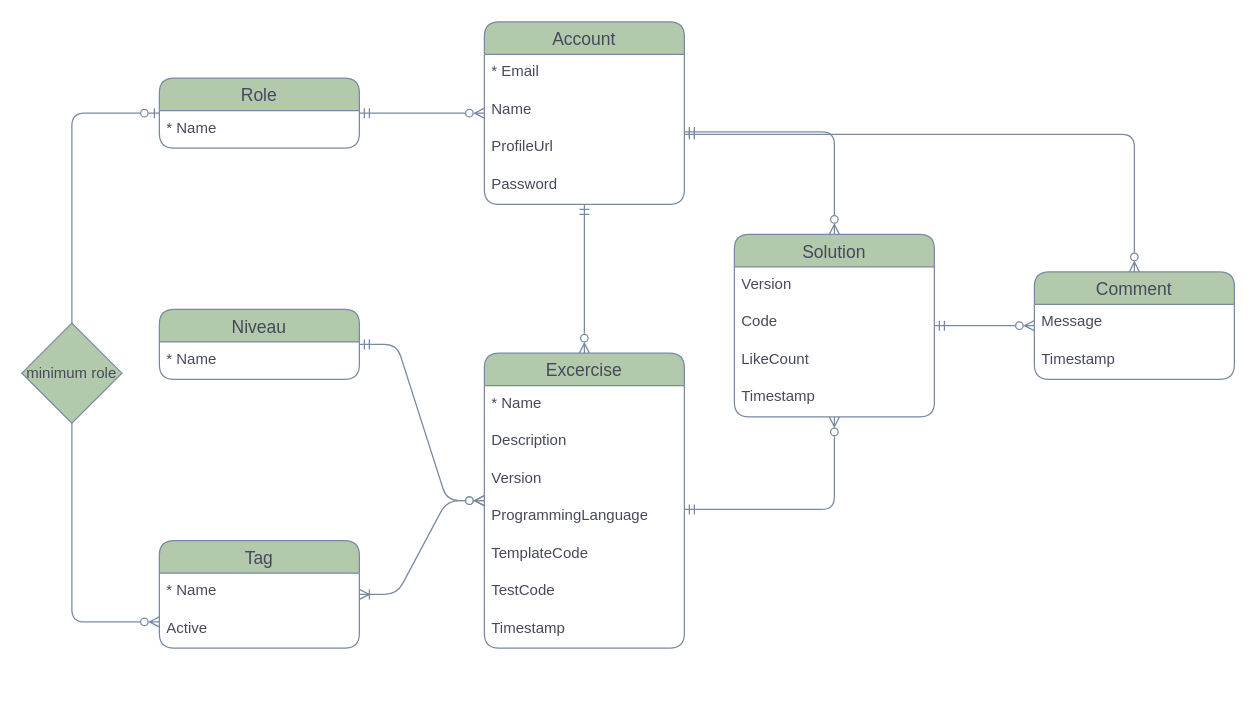
Above: page "Page-1" (1 of 2) of diagrams.drawio in Job79/avans-code (draw.io), before the change. Source tidied: cells renumbered, new cells numbered last; positions are measured from the earlier drawing's top-left corner, leaving out a move shared by most shapes. Both pictures are drawn from the tidied source at 125%, with x=0, y=0 at pixel (21, 21).
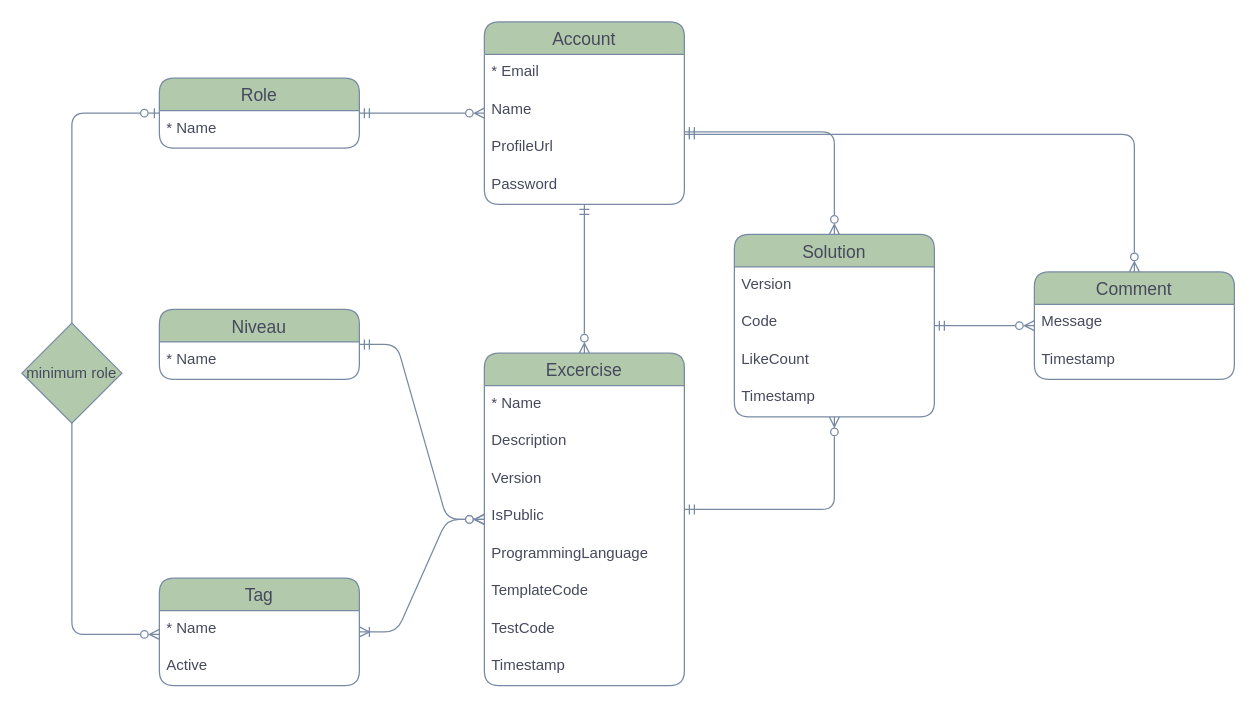
The same diagram, later.

Unchanged cells that the change refers to:
```xml
<mxCell id="36" value="Role" style="swimlane;fontStyle=0;horizontal=1;startSize=26;align=center;fontSize=14;labelBackgroundColor=none;fillColor=#B2C9AB;strokeColor=#788AA3;fontColor=#46495D;rounded=1;" parent="1" vertex="1">
  <mxGeometry x="110" y="45" width="160" height="56" as="geometry" />
</mxCell>
```

Change to the diagram source:
```diff
@@
     <mxCell id="3" value="Excercise" style="swimlane;fontStyle=0;horizontal=1;startSize=26;align=center;fontSize=14;labelBackgroundColor=none;fillColor=#B2C9AB;strokeColor=#788AA3;fontColor=#46495D;rounded=1;" parent="1" vertex="1">
-      <mxGeometry x="370" y="265" width="160" height="236" as="geometry" />
+      <mxGeometry x="370" y="265" width="160" height="266" as="geometry" />
     </mxCell>
@@
+    <mxCell id="40" value="Version" style="text;strokeColor=none;fillColor=none;spacingLeft=4;spacingRight=4;overflow=hidden;fontSize=12;whiteSpace=wrap;html=1;labelBackgroundColor=none;fontColor=#46495D;rounded=1;" parent="3" vertex="1">
+      <mxGeometry y="86" width="160" height="30" as="geometry" />
+    </mxCell>
-    <mxCell id="6" value="Version" style="text;strokeColor=none;fillColor=none;spacingLeft=4;spacingRight=4;overflow=hidden;fontSize=12;whiteSpace=wrap;html=1;labelBackgroundColor=none;fontColor=#46495D;rounded=1;" parent="3" vertex="1">
-      <mxGeometry y="86" width="160" height="30" as="geometry" />
+    <mxCell id="6" value="IsPublic" style="text;strokeColor=none;fillColor=none;spacingLeft=4;spacingRight=4;overflow=hidden;fontSize=12;whiteSpace=wrap;html=1;labelBackgroundColor=none;fontColor=#46495D;rounded=1;" parent="3" vertex="1">
+      <mxGeometry y="116" width="160" height="30" as="geometry" />
     </mxCell>
     <mxCell id="7" value="ProgrammingLanguage" style="text;strokeColor=none;fillColor=none;spacingLeft=4;spacingRight=4;overflow=hidden;fontSize=12;whiteSpace=wrap;html=1;labelBackgroundColor=none;fontColor=#46495D;rounded=1;" parent="3" vertex="1">
-      <mxGeometry y="116" width="160" height="30" as="geometry" />
+      <mxGeometry y="146" width="160" height="30" as="geometry" />
     </mxCell>
     <mxCell id="8" value="TemplateCode" style="text;strokeColor=none;fillColor=none;spacingLeft=4;spacingRight=4;overflow=hidden;fontSize=12;whiteSpace=wrap;html=1;labelBackgroundColor=none;fontColor=#46495D;rounded=1;" parent="3" vertex="1">
-      <mxGeometry y="146" width="160" height="30" as="geometry" />
+      <mxGeometry y="176" width="160" height="30" as="geometry" />
     </mxCell>
     <mxCell id="9" value="TestCode" style="text;strokeColor=none;fillColor=none;spacingLeft=4;spacingRight=4;overflow=hidden;fontSize=12;whiteSpace=wrap;html=1;labelBackgroundColor=none;fontColor=#46495D;rounded=1;" parent="3" vertex="1">
-      <mxGeometry y="176" width="160" height="30" as="geometry" />
+      <mxGeometry y="206" width="160" height="30" as="geometry" />
     </mxCell>
     <mxCell id="10" value="Timestamp" style="text;strokeColor=none;fillColor=none;spacingLeft=4;spacingRight=4;overflow=hidden;fontSize=12;whiteSpace=wrap;html=1;labelBackgroundColor=none;fontColor=#46495D;rounded=1;" parent="3" vertex="1">
-      <mxGeometry y="206" width="160" height="30" as="geometry" />
+      <mxGeometry y="236" width="160" height="30" as="geometry" />
     </mxCell>
@@
     <mxCell id="18" value="Tag" style="swimlane;fontStyle=0;horizontal=1;startSize=26;align=center;fontSize=14;labelBackgroundColor=none;fillColor=#B2C9AB;strokeColor=#788AA3;fontColor=#46495D;rounded=1;" parent="1" vertex="1">
-      <mxGeometry x="110" y="415" width="160" height="86" as="geometry" />
+      <mxGeometry x="110" y="445" width="160" height="86" as="geometry" />
     </mxCell>
@@
     <mxCell id="34" style="edgeStyle=orthogonalEdgeStyle;rounded=1;jettySize=auto;html=1;endArrow=ERzeroToMany;endFill=0;startArrow=ERzeroToOne;startFill=0;labelBackgroundColor=none;strokeColor=#788AA3;fontColor=default;" parent="1" edge="1" source="36" target="18">
       <mxGeometry relative="1" as="geometry">
         <Array as="points">
           <mxPoint x="40" y="73" />
-          <mxPoint x="40" y="480" />
+          <mxPoint x="40" y="490" />
         </Array>
       </mxGeometry>
     </mxCell>
```
